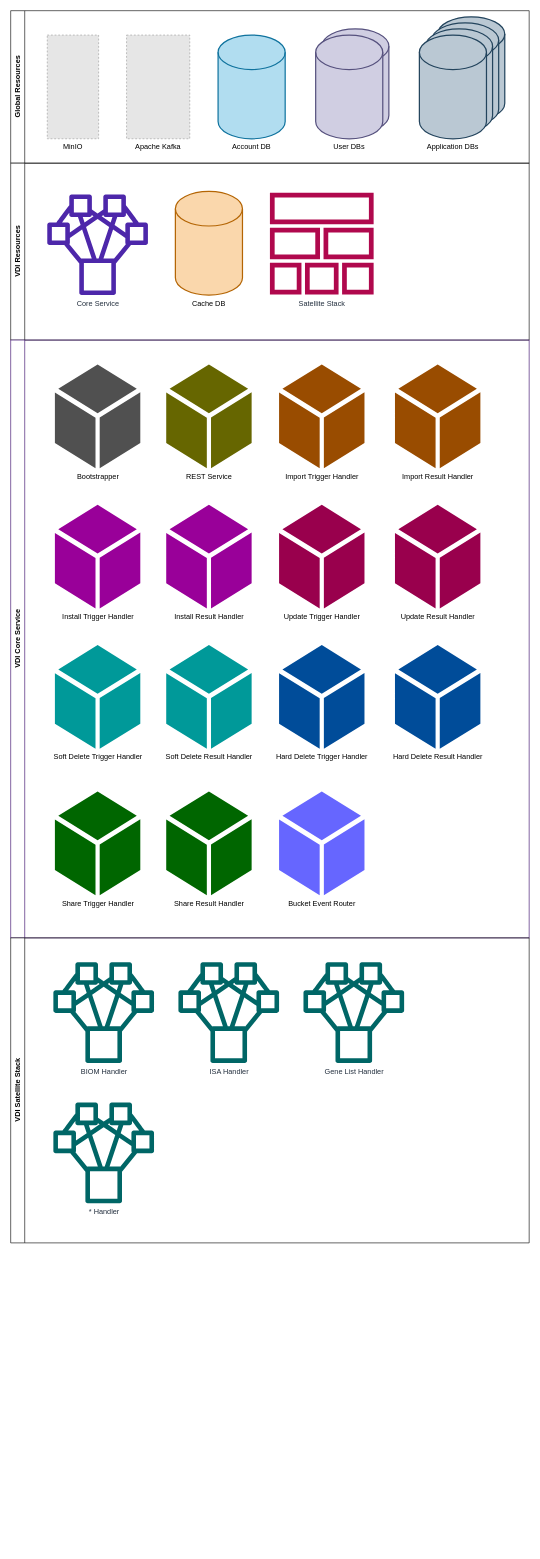
The draw.io diagram page "components" (1 of 9) of docs/design/1.0/diagrams/vdi.drawio in VEuPathDB/VDI, before the edit. Source tidied: cells renumbered, new cells numbered last; positions are measured from the earlier drawing's top-left corner, leaving out a move shared by most shapes. Both pictures are drawn from the tidied source at 61%, with x=0, y=0 at pixel (10, 10). Pictures stored in the file or linked from it are replaced by grey dashed boxes.
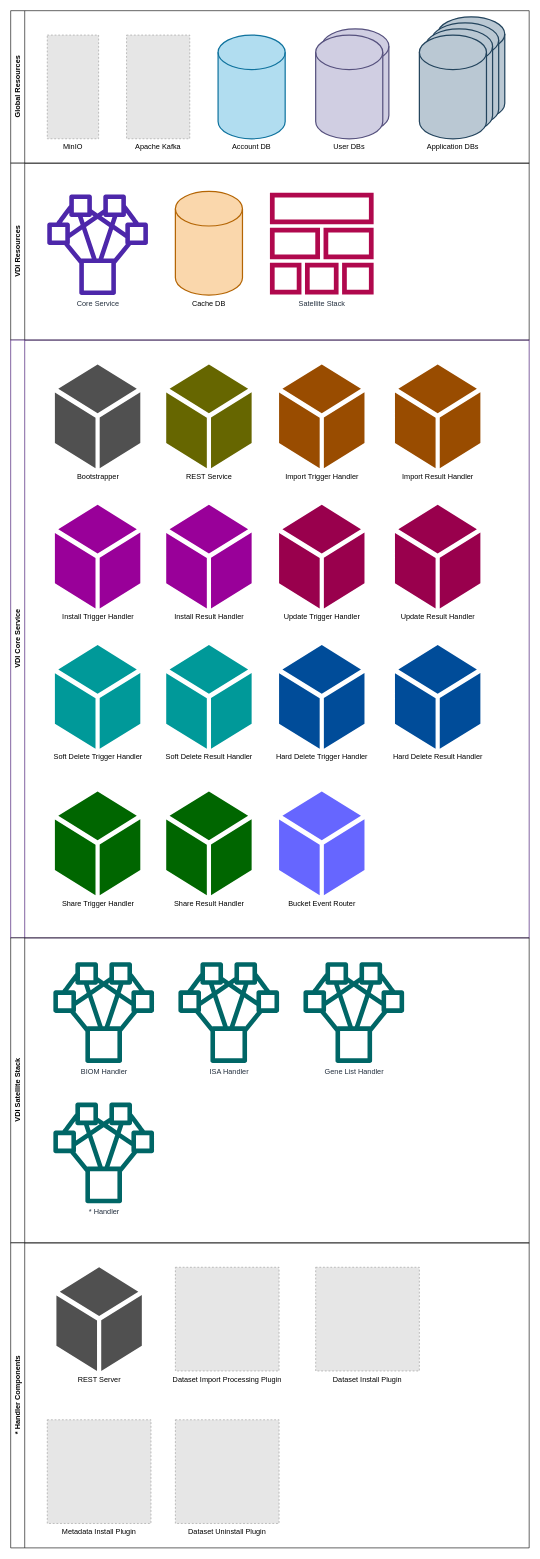
After the change.

What changed in the source:
```diff
@@
+    <mxCell id="39" value="* Handler Components" style="swimlane;horizontal=0;whiteSpace=wrap;html=1;" parent="1" vertex="1">
+      <mxGeometry y="2020" width="850" height="500" as="geometry" />
+    </mxCell>
+    <mxCell id="40" value="REST Server" style="sketch=0;shadow=0;dashed=0;html=1;strokeColor=none;fillColor=#505050;labelPosition=center;verticalLabelPosition=bottom;verticalAlign=top;align=center;shape=mxgraph.office.concepts.node_generic;" parent="39" vertex="1">
+      <mxGeometry x="75" y="40" width="140" height="170" as="geometry" />
+    </mxCell>
+    <mxCell id="41" value="Dataset Install Plugin" style="fillColor=#E6E6E6;strokeColor=#999999;dashed=1;verticalLabelPosition=bottom;labelBackgroundColor=default;verticalAlign=top;" parent="39" vertex="1">
+      <mxGeometry x="500" y="40" width="170" height="170" as="geometry" />
+    </mxCell>
+    <mxCell id="42" value="Metadata Install Plugin" style="fillColor=#E6E6E6;strokeColor=#999999;dashed=1;verticalLabelPosition=bottom;labelBackgroundColor=default;verticalAlign=top;" parent="39" vertex="1">
+      <mxGeometry x="60" y="290" width="170" height="170" as="geometry" />
+    </mxCell>
+    <mxCell id="43" value="Dataset Import Processing Plugin" style="fillColor=#E6E6E6;strokeColor=#999999;dashed=1;verticalLabelPosition=bottom;labelBackgroundColor=default;verticalAlign=top;" parent="39" vertex="1">
+      <mxGeometry x="270" y="40" width="170" height="170" as="geometry" />
+    </mxCell>
+    <mxCell id="44" value="Dataset Uninstall Plugin" style="fillColor=#E6E6E6;strokeColor=#999999;dashed=1;verticalLabelPosition=bottom;labelBackgroundColor=default;verticalAlign=top;" parent="39" vertex="1">
+      <mxGeometry x="270" y="290" width="170" height="170" as="geometry" />
+    </mxCell>
```
